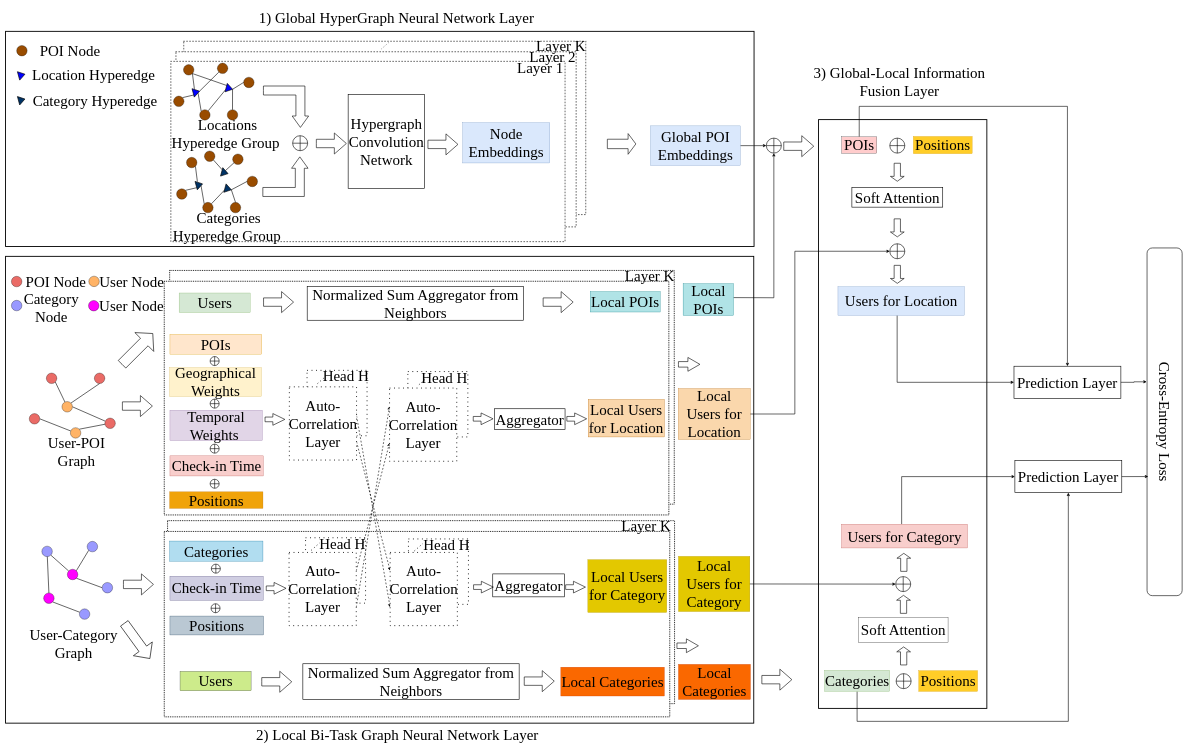
This is page "第 1 页" (1 of 2) of hgcn_nextpoi.drawio from chenshone/draw, a draw.io file, before an edit. Source tidied: cells renumbered, new cells numbered last; positions are measured from the earlier drawing's top-left corner, leaving out a move shared by most shapes. Both pictures are drawn from the tidied source at 30%, with x=0, y=0 at pixel (5, -18).
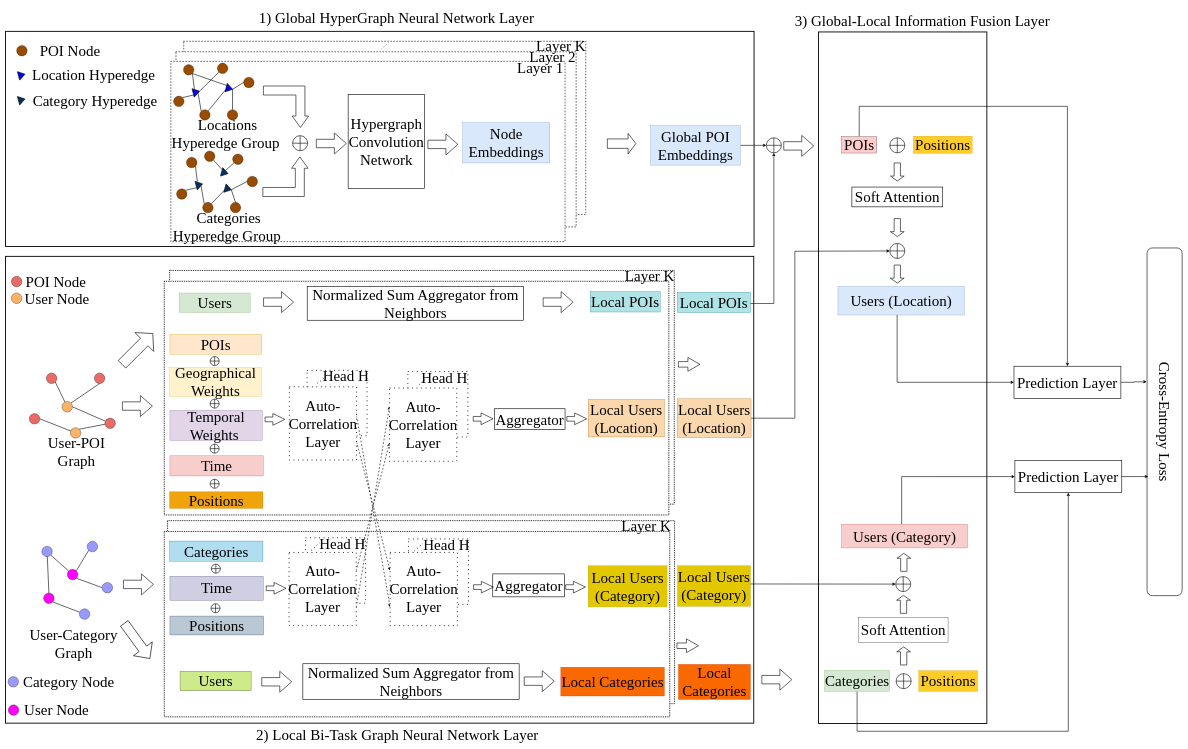
The same page after the edit.

The change refers to these unchanged cells:
```xml
<mxCell id="152" value="Categories&amp;nbsp;" style="text;html=1;strokeColor=#82b366;fillColor=#d5e8d4;align=left;verticalAlign=middle;whiteSpace=wrap;rounded=0;fontSize=50;fontFamily=Times New Roman;gradientColor=none;" parent="1" vertex="1">
  <mxGeometry x="2730" y="2293.7" width="217" height="70.4" as="geometry" />
</mxCell>
<mxCell id="163" value="&lt;font style=&quot;font-size: 50px;&quot;&gt;Prediction Layer&lt;/font&gt;" style="rounded=0;whiteSpace=wrap;html=1;labelBackgroundColor=none;fontColor=default;fillColor=none;strokeColor=default;strokeWidth=2;horizontal=0;rotation=90;verticalAlign=middle;align=center;fontSize=50;fontStyle=0;fontFamily=Times New Roman;" parent="1" vertex="1">
  <mxGeometry x="3489" y="1470" width="107.2" height="356.3" as="geometry" />
</mxCell>
```

What changed in the source:
```diff
@@
     <mxCell id="2" style="rounded=0;whiteSpace=wrap;html=1;fillColor=none;strokeColor=default;fontSize=50;strokeWidth=3;fontFamily=Times New Roman;fontColor=default;" parent="1" vertex="1">
-      <mxGeometry x="2710" y="458.2" width="561" height="1962.6" as="geometry" />
+      <mxGeometry x="2710" y="166" width="561" height="2305" as="geometry" />
     </mxCell>
@@
     <mxCell id="16" style="shape=singleArrow;whiteSpace=wrap;html=1;arrowWidth=0.4555555555555524;arrowSize=0.2718676122931441;fillColor=none;strokeColor=default;strokeWidth=2;fontSize=50;fontFamily=Times New Roman;fontColor=default;" parent="1" vertex="1">
-      <mxGeometry x="2006" y="504.8" width="95" height="69" as="geometry" />
+      <mxGeometry x="2006" y="503.8" width="95" height="69" as="geometry" />
     </mxCell>
@@
     <mxCell id="23" value="Global POI Embeddings" style="text;html=1;strokeColor=#6c8ebf;fillColor=#dae8fc;align=center;verticalAlign=middle;whiteSpace=wrap;rounded=0;fontSize=50;fontFamily=Times New Roman;" parent="1" vertex="1">
-      <mxGeometry x="2150" y="479.1" width="299" height="131.7" as="geometry" />
+      <mxGeometry x="2150" y="478.1" width="299" height="131.7" as="geometry" />
     </mxCell>
@@
     <mxCell id="95" style="ellipse;whiteSpace=wrap;html=1;fillColor=#FFB366;fontStyle=1;fontSize=50;fontFamily=Times New Roman;fontColor=default;strokeColor=default;" parent="1" vertex="1">
-      <mxGeometry x="277.5" y="980" width="35" height="35" as="geometry" />
+      <mxGeometry x="19.5" y="1036.2" width="35" height="35" as="geometry" />
     </mxCell>
@@
     <mxCell id="97" value="User Node" style="text;html=1;strokeColor=none;fillColor=none;align=center;verticalAlign=middle;whiteSpace=wrap;rounded=0;fontColor=default;fontSize=50;fontFamily=Times New Roman;" parent="1" vertex="1">
-      <mxGeometry x="306.5" y="983" width="226.5" height="32" as="geometry" />
+      <mxGeometry x="57.5" y="1039.2" width="226.5" height="32" as="geometry" />
     </mxCell>
     <mxCell id="98" style="ellipse;whiteSpace=wrap;html=1;fillColor=#9999FF;fontSize=50;fontFamily=Times New Roman;fontColor=default;strokeColor=default;" parent="1" vertex="1">
-      <mxGeometry x="19.5" y="1060.5" width="35" height="35" as="geometry" />
+      <mxGeometry x="8.2" y="2314.5" width="35" height="35" as="geometry" />
     </mxCell>
     <mxCell id="99" value="Category Node" style="text;html=1;strokeColor=none;fillColor=none;align=center;verticalAlign=middle;whiteSpace=wrap;rounded=0;fontColor=default;fontSize=50;fontFamily=Times New Roman;" parent="1" vertex="1">
-      <mxGeometry x="40.2" y="1055" width="224.8" height="62" as="geometry" />
+      <mxGeometry x="29" y="2309" width="363" height="48" as="geometry" />
     </mxCell>
     <mxCell id="100" style="ellipse;whiteSpace=wrap;html=1;fillColor=#FF00FF;fontSize=50;fontFamily=Times New Roman;fontColor=default;strokeColor=default;" parent="1" vertex="1">
-      <mxGeometry x="276.5" y="1061" width="35" height="35" as="geometry" />
+      <mxGeometry x="9.2" y="2409" width="35" height="35" as="geometry" />
     </mxCell>
     <mxCell id="101" value="User Node" style="text;html=1;strokeColor=none;fillColor=none;align=center;verticalAlign=middle;whiteSpace=wrap;rounded=0;fontColor=default;fontSize=50;fontFamily=Times New Roman;" parent="1" vertex="1">
-      <mxGeometry x="308.5" y="1062" width="221.5" height="32" as="geometry" />
+      <mxGeometry x="58.5" y="2409" width="221.5" height="32" as="geometry" />
     </mxCell>
@@
-    <mxCell id="107" value="Check-in Time" style="text;html=1;strokeColor=#b85450;fillColor=#f8cecc;align=center;verticalAlign=middle;whiteSpace=wrap;rounded=0;fontSize=50;fontFamily=Times New Roman;" parent="1" vertex="1">
+    <mxCell id="107" value="Time" style="text;html=1;strokeColor=#b85450;fillColor=#f8cecc;align=center;verticalAlign=middle;whiteSpace=wrap;rounded=0;fontSize=50;fontFamily=Times New Roman;" parent="1" vertex="1">
       <mxGeometry x="548" y="1579" width="311" height="67" as="geometry" />
     </mxCell>
@@
-    <mxCell id="117" value="Local Users for Location" style="text;html=1;fillColor=#fad7ac;align=center;verticalAlign=middle;whiteSpace=wrap;rounded=0;fontSize=50;fontFamily=Times New Roman;strokeColor=#b46504;" parent="1" vertex="1">
+    <mxCell id="117" value="Local Users (Location)" style="text;html=1;fillColor=#fad7ac;align=center;verticalAlign=middle;whiteSpace=wrap;rounded=0;fontSize=50;fontFamily=Times New Roman;strokeColor=#b46504;" parent="1" vertex="1">
       <mxGeometry x="1942" y="1391" width="254" height="125" as="geometry" />
     </mxCell>
@@
-    <mxCell id="123" value="Check-in Time" style="text;html=1;strokeColor=#56517e;fillColor=#d0cee2;align=center;verticalAlign=middle;whiteSpace=wrap;rounded=0;fontSize=50;fontFamily=Times New Roman;" parent="1" vertex="1">
+    <mxCell id="123" value="Time" style="text;html=1;strokeColor=#56517e;fillColor=#d0cee2;align=center;verticalAlign=middle;whiteSpace=wrap;rounded=0;fontSize=50;fontFamily=Times New Roman;" parent="1" vertex="1">
       <mxGeometry x="548" y="1980.2" width="311" height="80.5" as="geometry" />
     </mxCell>
@@
-    <mxCell id="133" value="Local Users for Category" style="text;html=1;strokeColor=#B09500;fillColor=#e3c800;align=center;verticalAlign=middle;whiteSpace=wrap;rounded=0;fontColor=#000000;fontSize=50;fontFamily=Times New Roman;" parent="1" vertex="1">
-      <mxGeometry x="1941" y="1925" width="263" height="176" as="geometry" />
+    <mxCell id="133" value="Local Users (Category)" style="text;html=1;strokeColor=#B09500;fillColor=#e3c800;align=center;verticalAlign=middle;whiteSpace=wrap;rounded=0;fontColor=#000000;fontSize=50;fontFamily=Times New Roman;" parent="1" vertex="1">
+      <mxGeometry x="1942" y="1945.5" width="263" height="137" as="geometry" />
     </mxCell>
@@
     <mxCell id="139" style="shape=orEllipse;perimeter=ellipsePerimeter;whiteSpace=wrap;html=1;backgroundOutline=1;fillColor=none;strokeColor=default;strokeWidth=2;fontSize=50;fontFamily=Times New Roman;fontColor=default;" parent="1" vertex="1">
-      <mxGeometry x="2536" y="519.9" width="50" height="50" as="geometry" />
+      <mxGeometry x="2536" y="518.9" width="50" height="50" as="geometry" />
     </mxCell>
@@
     <mxCell id="141" value="POIs" style="text;html=1;strokeColor=#36393d;fillColor=#ffcccc;align=center;verticalAlign=middle;whiteSpace=wrap;rounded=0;fontSize=50;fontFamily=Times New Roman;" parent="1" vertex="1">
-      <mxGeometry x="2787" y="515.5" width="117.2" height="55.1" as="geometry" />
+      <mxGeometry x="2787" y="514.5" width="117.2" height="55.1" as="geometry" />
     </mxCell>
     <mxCell id="142" value="Positions" style="text;html=1;strokeColor=#d79b00;fillColor=#ffcd28;align=center;verticalAlign=middle;whiteSpace=wrap;rounded=0;fontSize=50;fontFamily=Times New Roman;gradientColor=none;" parent="1" vertex="1">
-      <mxGeometry x="3026" y="514.4" width="196" height="57.2" as="geometry" />
+      <mxGeometry x="3026" y="513.4" width="196" height="57.2" as="geometry" />
     </mxCell>
     <mxCell id="143" style="shape=orEllipse;perimeter=ellipsePerimeter;whiteSpace=wrap;html=1;backgroundOutline=1;fillColor=none;strokeColor=default;strokeWidth=2;fontSize=50;fontFamily=Times New Roman;fontColor=default;" parent="1" vertex="1">
-      <mxGeometry x="2947.5" y="519.9" width="50" height="50" as="geometry" />
+      <mxGeometry x="2947.5" y="518.9" width="50" height="50" as="geometry" />
     </mxCell>
     <mxCell id="144" style="shape=singleArrow;whiteSpace=wrap;html=1;arrowWidth=0.4555555555555524;arrowSize=0.2718676122931441;fillColor=none;strokeColor=default;strokeWidth=2;rotation=90;fontSize=50;fontFamily=Times New Roman;fontColor=default;" parent="1" vertex="1">
-      <mxGeometry x="2942.5" y="610.7" width="60" height="46" as="geometry" />
+      <mxGeometry x="2942.5" y="609.7" width="60" height="46" as="geometry" />
     </mxCell>
     <mxCell id="145" value="Soft Attention" style="rounded=0;whiteSpace=wrap;html=1;fillColor=none;strokeColor=default;fontColor=default;fontSize=50;strokeWidth=2;fontFamily=Times New Roman;" parent="1" vertex="1">
-      <mxGeometry x="2821.1" y="684" width="302.8" height="66" as="geometry" />
+      <mxGeometry x="2821.1" y="683" width="302.8" height="66" as="geometry" />
     </mxCell>
     <mxCell id="146" style="shape=singleArrow;whiteSpace=wrap;html=1;arrowWidth=0.4555555555555524;arrowSize=0.2718676122931441;fillColor=none;strokeColor=default;strokeWidth=2;rotation=90;fontSize=50;fontFamily=Times New Roman;fontColor=default;" parent="1" vertex="1">
-      <mxGeometry x="2942.5" y="796" width="60" height="46" as="geometry" />
+      <mxGeometry x="2942.5" y="795" width="60" height="46" as="geometry" />
     </mxCell>
     <mxCell id="147" style="shape=orEllipse;perimeter=ellipsePerimeter;whiteSpace=wrap;html=1;backgroundOutline=1;fillColor=none;strokeColor=default;strokeWidth=2;fontSize=50;fontFamily=Times New Roman;fontColor=default;" parent="1" vertex="1">
-      <mxGeometry x="2947.5" y="872" width="50" height="50" as="geometry" />
+      <mxGeometry x="2947.5" y="871" width="50" height="50" as="geometry" />
     </mxCell>
     <mxCell id="148" style="shape=singleArrow;whiteSpace=wrap;html=1;arrowWidth=0.4555555555555524;arrowSize=0.2718676122931441;fillColor=none;strokeColor=default;strokeWidth=2;rotation=90;fontSize=50;fontFamily=Times New Roman;fontColor=default;" parent="1" vertex="1">
-      <mxGeometry x="2942.5" y="951" width="60" height="46" as="geometry" />
+      <mxGeometry x="2942.5" y="950" width="60" height="46" as="geometry" />
     </mxCell>
@@
-    <mxCell id="150" value="Users for Location" style="text;html=1;strokeColor=#6c8ebf;fillColor=#dae8fc;align=center;verticalAlign=middle;whiteSpace=wrap;rounded=0;fontSize=50;fontFamily=Times New Roman;gradientColor=none;" parent="1" vertex="1">
-      <mxGeometry x="2774.7" y="1015.5" width="421" height="95" as="geometry" />
+    <mxCell id="150" value="Users (Location)" style="text;html=1;strokeColor=#6c8ebf;fillColor=#dae8fc;align=center;verticalAlign=middle;whiteSpace=wrap;rounded=0;fontSize=50;fontFamily=Times New Roman;gradientColor=none;" parent="1" vertex="1">
+      <mxGeometry x="2774.7" y="1014.5" width="421" height="95" as="geometry" />
     </mxCell>
     <mxCell id="151" style="edgeStyle=orthogonalEdgeStyle;rounded=0;jettySize=auto;html=1;entryX=1;entryY=0.5;entryDx=0;entryDy=0;strokeWidth=2;" parent="1" edge="1" source="152" target="163">
       <mxGeometry relative="1" as="geometry">
         <Array as="points">
-          <mxPoint x="2839" y="2464" />
-          <mxPoint x="3543" y="2464" />
+          <mxPoint x="2839" y="2497" />
+          <mxPoint x="3543" y="2497" />
         </Array>
       </mxGeometry>
     </mxCell>
@@
-    <mxCell id="158" value="Users for Category" style="text;html=1;strokeColor=#b85450;fillColor=#f8cecc;align=center;verticalAlign=middle;whiteSpace=wrap;rounded=0;fontSize=50;fontFamily=Times New Roman;gradientColor=none;" parent="1" vertex="1">
+    <mxCell id="158" value="Users (Category)" style="text;html=1;strokeColor=#b85450;fillColor=#f8cecc;align=center;verticalAlign=middle;whiteSpace=wrap;rounded=0;fontSize=50;fontFamily=Times New Roman;gradientColor=none;" parent="1" vertex="1">
       <mxGeometry x="2786.7" y="1807" width="419.9" height="79" as="geometry" />
     </mxCell>
@@
     <mxCell id="170" value="3) Global-Local Information Fusion Layer" style="text;html=1;strokeColor=none;fillColor=none;align=center;verticalAlign=middle;whiteSpace=wrap;rounded=0;fontColor=default;fontSize=50;rotation=90;fontStyle=0;horizontal=0;fontFamily=Times New Roman;" parent="1" vertex="1">
-      <mxGeometry x="2926.6" width="106.5" height="663" as="geometry" />
+      <mxGeometry x="3002.5" y="-343" width="106.5" height="945.8" as="geometry" />
     </mxCell>
     <mxCell id="171" style="html=1;shadow=0;dashed=0;align=center;verticalAlign=middle;shape=mxgraph.arrows2.arrow;dy=0.6;dx=40;notch=0;fillColor=none;strokeColor=default;strokeWidth=2;fontSize=50;fontFamily=Times New Roman;fontColor=default;" parent="1" vertex="1">
-      <mxGeometry x="2594" y="511.8" width="100" height="70" as="geometry" />
+      <mxGeometry x="2594" y="510.8" width="100" height="70" as="geometry" />
     </mxCell>
@@
     <mxCell id="176" style="edgeStyle=orthogonalEdgeStyle;rounded=0;jettySize=auto;html=1;exitX=1;exitY=0.5;exitDx=0;exitDy=0;entryX=0.5;entryY=1;entryDx=0;entryDy=0;strokeColor=default;strokeWidth=2;fontFamily=Times New Roman;fontColor=default;fontSize=50;" parent="1" edge="1" target="139">
       <mxGeometry relative="1" as="geometry">
-        <mxPoint x="2426" y="1051.5" as="sourcePoint" />
+        <mxPoint x="2426" y="1070.8" as="sourcePoint" />
       </mxGeometry>
     </mxCell>
@@
     <mxCell id="192" value="Local POIs" style="text;html=1;strokeColor=#0e8088;fillColor=#b0e3e6;align=center;verticalAlign=middle;whiteSpace=wrap;rounded=0;fontSize=50;fontFamily=Times New Roman;" parent="1" vertex="1">
-      <mxGeometry x="2258.5" y="1005" width="168" height="106" as="geometry" />
+      <mxGeometry x="2239" y="1033.5" width="244" height="68" as="geometry" />
     </mxCell>
     <mxCell id="193" style="edgeStyle=orthogonalEdgeStyle;rounded=0;jettySize=auto;html=1;entryX=0;entryY=0.5;entryDx=0;entryDy=0;strokeWidth=2;" parent="1" edge="1" source="194" target="147">
       <mxGeometry relative="1" as="geometry">
         <Array as="points">
-          <mxPoint x="2631" y="1440" />
+          <mxPoint x="2631" y="1454" />
           <mxPoint x="2631" y="897" />
         </Array>
       </mxGeometry>
     </mxCell>
-    <mxCell id="194" value="Local Users for Location" style="text;html=1;fillColor=#fad7ac;align=center;verticalAlign=middle;whiteSpace=wrap;rounded=0;fontSize=50;fontFamily=Times New Roman;strokeColor=#b46504;" parent="1" vertex="1">
-      <mxGeometry x="2243" y="1355" width="239" height="169" as="geometry" />
+    <mxCell id="194" value="Local Users (Location)" style="text;html=1;fillColor=#fad7ac;align=center;verticalAlign=middle;whiteSpace=wrap;rounded=0;fontSize=50;fontFamily=Times New Roman;strokeColor=#b46504;rotation=0;" parent="1" vertex="1">
+      <mxGeometry x="2239" y="1389" width="246" height="129" as="geometry" />
     </mxCell>
@@
-    <mxCell id="197" value="Local Users for Category" style="text;html=1;strokeColor=#B09500;fillColor=#e3c800;align=center;verticalAlign=middle;whiteSpace=wrap;rounded=0;fontColor=#000000;fontSize=50;fontFamily=Times New Roman;" parent="1" vertex="1">
-      <mxGeometry x="2243" y="1914" width="238" height="184" as="geometry" />
+    <mxCell id="197" value="Local Users (Category)" style="text;html=1;strokeColor=#B09500;fillColor=#e3c800;align=center;verticalAlign=middle;whiteSpace=wrap;rounded=0;fontColor=#000000;fontSize=50;fontFamily=Times New Roman;" parent="1" vertex="1">
+      <mxGeometry x="2240" y="1945.5" width="243" height="135" as="geometry" />
     </mxCell>
```
